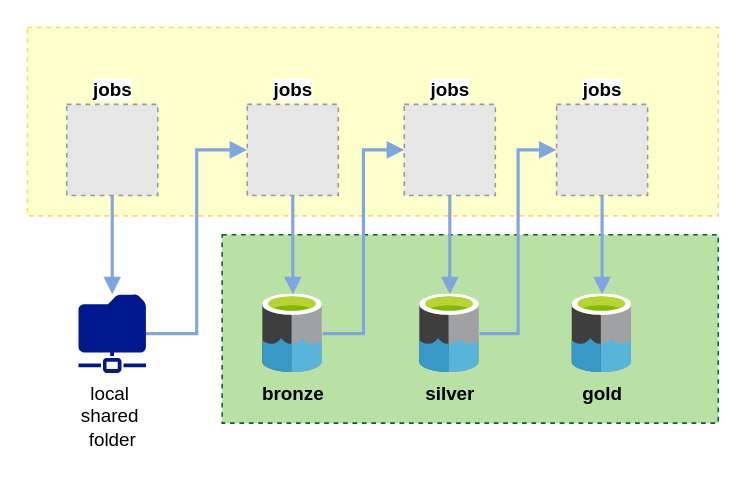
This is Untitled Diagram.drawio from aclaraujo/stone, a draw.io file, before an edit. Source tidied: cells renumbered, new cells numbered last; positions are measured from the earlier drawing's top-left corner, leaving out a move shared by most shapes. Both pictures are drawn from the tidied source at 157%, with x=0, y=0 at pixel (27, 27). Pictures stored in the file or linked from it are replaced by grey dashed boxes.
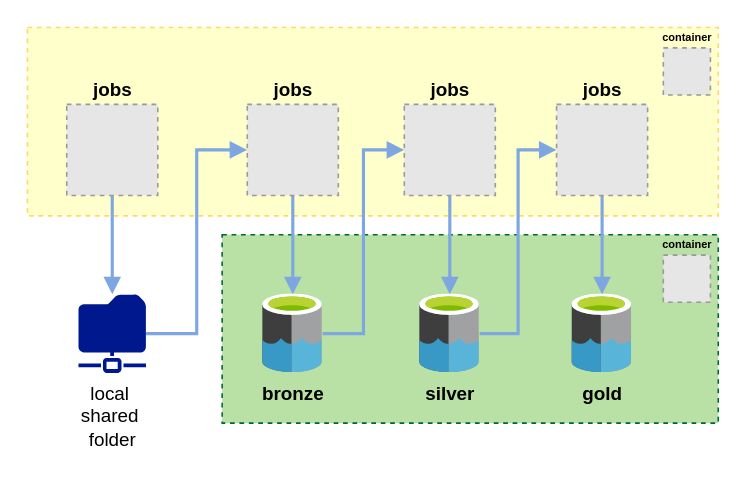
The same diagram, later.

Diff of the diagram source:
```diff
@@
-    <mxCell id="10" value="jobs" style="fillColor=#E6E6E6;strokeColor=#999999;dashed=1;html=1;verticalAlign=bottom;verticalLabelPosition=top;labelBackgroundColor=#ffffff;labelPosition=center;align=center;fontStyle=1;" parent="1" vertex="1">
+    <mxCell id="10" value="jobs" style="fillColor=#E6E6E6;strokeColor=#999999;dashed=1;html=1;verticalAlign=bottom;verticalLabelPosition=top;labelBackgroundColor=none;labelPosition=center;align=center;fontStyle=1;" parent="1" vertex="1">
       <mxGeometry x="140" y="49" width="58" height="58" as="geometry" />
     </mxCell>
@@
-    <mxCell id="12" value="jobs" style="fillColor=#E6E6E6;strokeColor=#999999;dashed=1;html=1;verticalAlign=bottom;verticalLabelPosition=top;labelBackgroundColor=#ffffff;labelPosition=center;align=center;fontStyle=1;" parent="1" vertex="1">
+    <mxCell id="12" value="jobs" style="fillColor=#E6E6E6;strokeColor=#999999;dashed=1;html=1;verticalAlign=bottom;verticalLabelPosition=top;labelBackgroundColor=none;labelPosition=center;align=center;fontStyle=1;" parent="1" vertex="1">
       <mxGeometry x="240" y="49" width="58" height="58" as="geometry" />
     </mxCell>
@@
-    <mxCell id="14" value="jobs" style="fillColor=#E6E6E6;strokeColor=#999999;dashed=1;html=1;verticalAlign=bottom;verticalLabelPosition=top;labelBackgroundColor=#ffffff;labelPosition=center;align=center;fontStyle=1;" parent="1" vertex="1">
+    <mxCell id="14" value="jobs" style="fillColor=#E6E6E6;strokeColor=#999999;dashed=1;html=1;verticalAlign=bottom;verticalLabelPosition=top;labelBackgroundColor=none;labelPosition=center;align=center;fontStyle=1;" parent="1" vertex="1">
       <mxGeometry x="337" y="49" width="58" height="58" as="geometry" />
     </mxCell>
@@
-    <mxCell id="16" value="jobs" style="fillColor=#E6E6E6;strokeColor=#999999;dashed=1;html=1;verticalAlign=bottom;verticalLabelPosition=top;labelBackgroundColor=#ffffff;labelPosition=center;align=center;fontStyle=1;" parent="1" vertex="1">
+    <mxCell id="16" value="jobs" style="fillColor=#E6E6E6;strokeColor=#999999;dashed=1;html=1;verticalAlign=bottom;verticalLabelPosition=top;labelBackgroundColor=none;labelPosition=center;align=center;fontStyle=1;" parent="1" vertex="1">
       <mxGeometry x="25" y="49" width="58" height="58" as="geometry" />
     </mxCell>
@@
+    <mxCell id="19" value="container" style="fillColor=#E6E6E6;strokeColor=#999999;dashed=1;html=1;verticalAlign=bottom;verticalLabelPosition=top;labelBackgroundColor=none;fontFamily=Helvetica;fontSize=7;fontColor=default;labelPosition=center;align=center;fontStyle=1;" parent="1" vertex="1">
+      <mxGeometry x="405" y="13" width="30" height="30" as="geometry" />
+    </mxCell>
+    <mxCell id="20" value="container" style="fillColor=#E6E6E6;strokeColor=#999999;dashed=1;html=1;verticalAlign=bottom;verticalLabelPosition=top;labelBackgroundColor=none;fontFamily=Helvetica;fontSize=7;fontColor=default;labelPosition=center;align=center;fontStyle=1;" parent="1" vertex="1">
+      <mxGeometry x="405" y="145" width="30" height="30" as="geometry" />
+    </mxCell>
```
